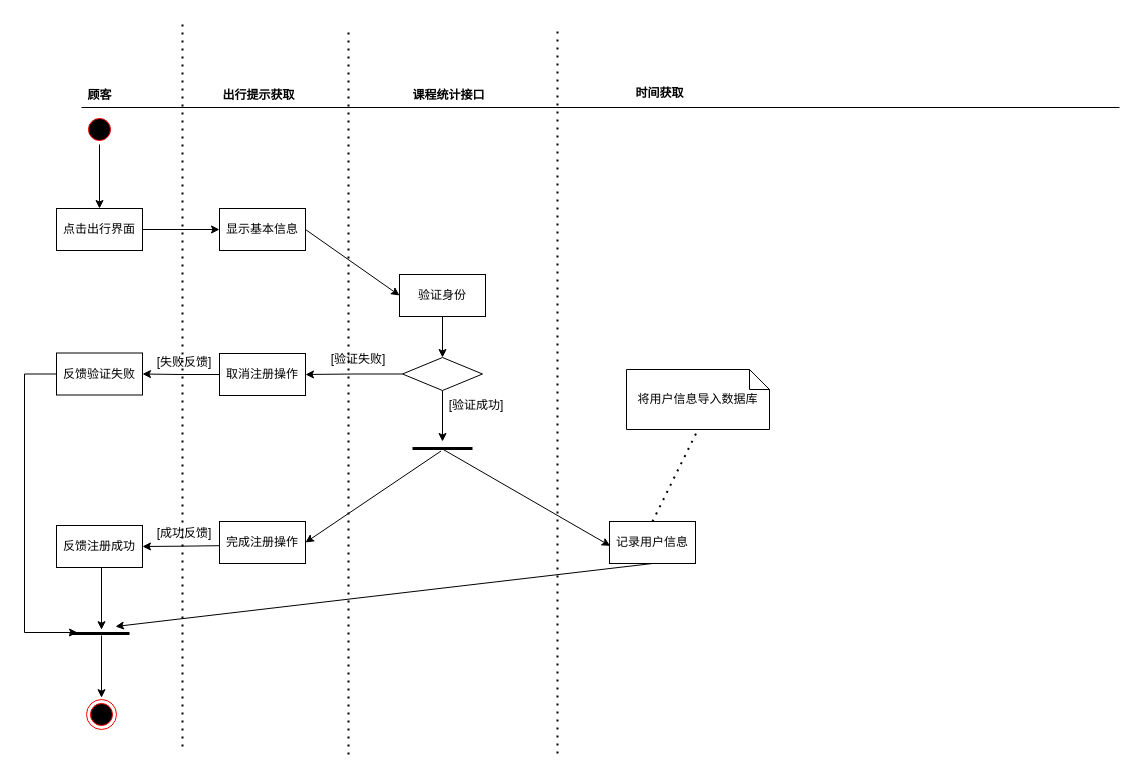
This is 软件工程互相单车查询.drawio from ZYNsama666/BackUp, a draw.io file, before an edit. Source tidied: cells renumbered, new cells numbered last; positions are measured from the earlier drawing's top-left corner, leaving out a move shared by most shapes. Both pictures are drawn from the tidied source at 100%, with x=0, y=0 at pixel (24, 18).
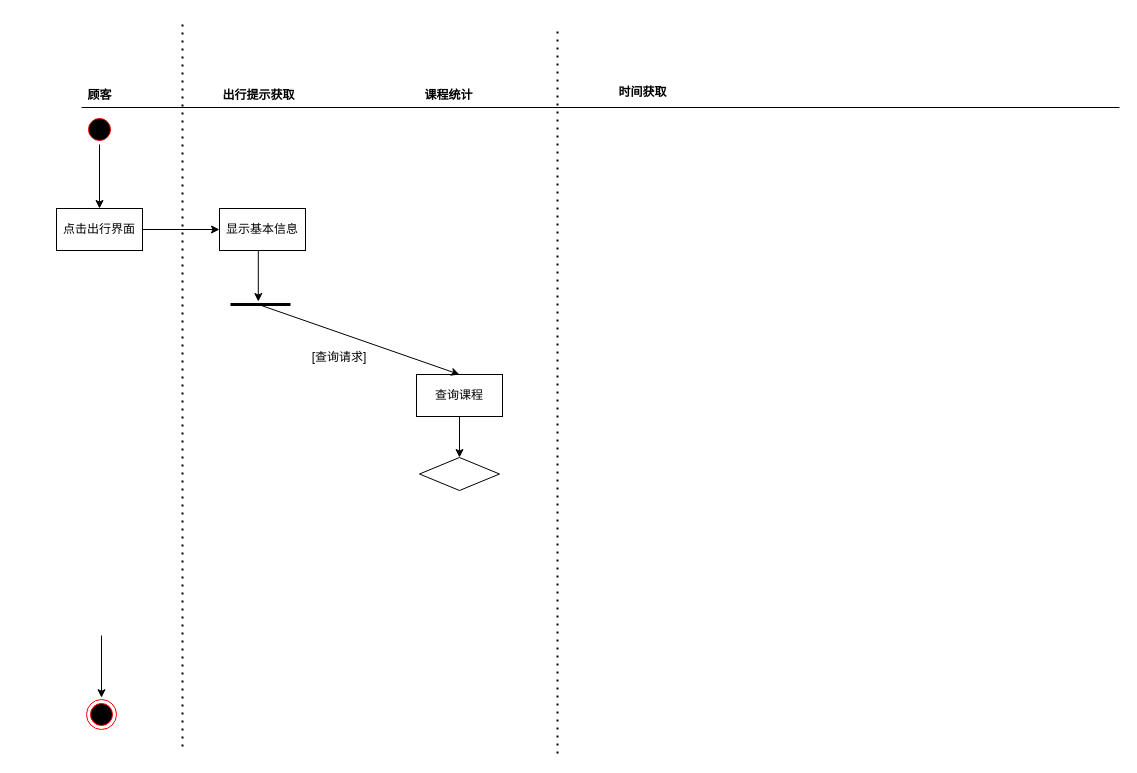
Above is the later version.

Commit message (it also covers changes not shown here):
更新软件工程互相单车查询.drawio

The change refers to these unchanged cells:
```xml
<mxCell id="11" value="显示基本信息" style="html=1;whiteSpace=wrap;" parent="1" vertex="1">
  <mxGeometry x="195" y="190" width="86" height="42" as="geometry" />
</mxCell>
```

Change to the diagram source:
```diff
@@
     <mxCell id="5" value="时间获取" style="text;align=center;fontStyle=1;verticalAlign=middle;spacingLeft=3;spacingRight=3;strokeColor=none;html=1;" parent="1" vertex="1">
-      <mxGeometry x="611" y="67" width="48" height="16" as="geometry" />
+      <mxGeometry x="594" y="66" width="48" height="16" as="geometry" />
     </mxCell>
-    <mxCell id="6" value="课程统计接口" style="text;align=center;fontStyle=1;verticalAlign=middle;spacingLeft=3;spacingRight=3;strokeColor=none;html=1;" parent="1" vertex="1">
+    <mxCell id="6" value="课程统计" style="text;align=center;fontStyle=1;verticalAlign=middle;spacingLeft=3;spacingRight=3;strokeColor=none;html=1;" parent="1" vertex="1">
       <mxGeometry x="400" y="69" width="48" height="16" as="geometry" />
     </mxCell>
@@
-    <mxCell id="13" value="验证身份" style="html=1;whiteSpace=wrap;" parent="1" vertex="1">
-      <mxGeometry x="375" y="256" width="86" height="42" as="geometry" />
+    <mxCell id="13" value="查询课程" style="html=1;whiteSpace=wrap;" parent="1" vertex="1">
+      <mxGeometry x="392" y="356" width="86" height="42" as="geometry" />
     </mxCell>
-    <mxCell id="14" style="endArrow=classic;html=1;rounded=0;exitX=1;exitY=0.5;exitDx=0;exitDy=0;entryX=0;entryY=0.5;entryDx=0;entryDy=0;" parent="1" edge="1" source="11" target="13">
-      <mxGeometry relative="1" as="geometry" />
-    </mxCell>
-    <mxCell id="15" style="edgeStyle=orthogonalEdgeStyle;rounded=0;jettySize=auto;html=1;" parent="1" edge="1" source="17">
-      <mxGeometry relative="1" as="geometry">
-        <mxPoint x="418" y="423" as="targetPoint" />
-      </mxGeometry>
-    </mxCell>
-    <mxCell id="16" style="edgeStyle=orthogonalEdgeStyle;rounded=0;jettySize=auto;html=1;entryX=1;entryY=0.5;entryDx=0;entryDy=0;" parent="1" edge="1" source="17" target="21">
-      <mxGeometry relative="1" as="geometry" />
-    </mxCell>
     <mxCell id="17" style="rhombus;whiteSpace=wrap;html=1;" parent="1" vertex="1">
-      <mxGeometry x="378" y="339" width="80" height="33" as="geometry" />
+      <mxGeometry x="395" y="439" width="80" height="33" as="geometry" />
     </mxCell>
-    <mxCell id="18" style="line;strokeWidth=3;dashed=0;labelPosition=right;align=left;verticalAlign=middle;spacingTop=0;spacingLeft=6;points=[];portConstraint=eastwest;fontSize=13;" parent="1" vertex="1">
-      <mxGeometry x="388" y="425" width="60" height="10" as="geometry" />
-    </mxCell>
-    <mxCell id="19" value="[验证失败]" style="text;html=1;strokeColor=none;fillColor=none;align=center;verticalAlign=middle;whiteSpace=wrap;rounded=0;" parent="1" vertex="1">
-      <mxGeometry x="304" y="326" width="60" height="30" as="geometry" />
-    </mxCell>
-    <mxCell id="20" style="edgeStyle=orthogonalEdgeStyle;rounded=0;jettySize=auto;html=1;" parent="1" edge="1" source="21" target="23">
-      <mxGeometry relative="1" as="geometry" />
-    </mxCell>
-    <mxCell id="21" value="取消注册操作" style="html=1;whiteSpace=wrap;" parent="1" vertex="1">
-      <mxGeometry x="195" y="335" width="86" height="42" as="geometry" />
-    </mxCell>
-    <mxCell id="22" style="edgeStyle=orthogonalEdgeStyle;rounded=0;jettySize=auto;html=1;" parent="1" edge="1" source="23">
-      <mxGeometry relative="1" as="geometry">
-        <mxPoint x="53" y="614" as="targetPoint" />
-        <Array as="points">
-          <mxPoint y="356" />
-          <mxPoint y="614" />
-        </Array>
-      </mxGeometry>
-    </mxCell>
-    <mxCell id="23" value="反馈验证失败" style="html=1;whiteSpace=wrap;" parent="1" vertex="1">
-      <mxGeometry x="32" y="334.5" width="86" height="42" as="geometry" />
-    </mxCell>
-    <mxCell id="24" value="[失败反馈]" style="text;html=1;strokeColor=none;fillColor=none;align=center;verticalAlign=middle;whiteSpace=wrap;rounded=0;" parent="1" vertex="1">
-      <mxGeometry x="130" y="329" width="60" height="30" as="geometry" />
-    </mxCell>
-    <mxCell id="25" value="[验证成功]" style="text;html=1;strokeColor=none;fillColor=none;align=center;verticalAlign=middle;whiteSpace=wrap;rounded=0;" parent="1" vertex="1">
-      <mxGeometry x="422" y="372" width="60" height="30" as="geometry" />
-    </mxCell>
-    <mxCell id="26" value="记录用户信息" style="html=1;whiteSpace=wrap;" parent="1" vertex="1">
-      <mxGeometry x="585" y="503" width="86" height="42" as="geometry" />
-    </mxCell>
-    <mxCell id="27" style="endArrow=classic;html=1;rounded=0;exitX=0.511;exitY=0.593;exitDx=0;exitDy=0;entryX=0.008;entryY=0.58;entryDx=0;entryDy=0;exitPerimeter=0;entryPerimeter=0;" parent="1" edge="1" source="18" target="26">
-      <mxGeometry relative="1" as="geometry" />
-    </mxCell>
-    <mxCell id="28" value="完成注册操作" style="html=1;whiteSpace=wrap;" parent="1" vertex="1">
-      <mxGeometry x="195" y="503" width="86" height="42" as="geometry" />
-    </mxCell>
-    <mxCell id="29" style="edgeStyle=orthogonalEdgeStyle;rounded=0;jettySize=auto;html=1;" parent="1" edge="1" target="30">
-      <mxGeometry relative="1" as="geometry">
-        <mxPoint x="195" y="527.2" as="sourcePoint" />
-      </mxGeometry>
-    </mxCell>
-    <mxCell id="30" value="反馈注册成功" style="html=1;whiteSpace=wrap;" parent="1" vertex="1">
-      <mxGeometry x="32" y="507" width="86" height="42" as="geometry" />
-    </mxCell>
-    <mxCell id="31" value="[成功反馈]" style="text;html=1;strokeColor=none;fillColor=none;align=center;verticalAlign=middle;whiteSpace=wrap;rounded=0;" parent="1" vertex="1">
-      <mxGeometry x="130" y="500.2" width="60" height="30" as="geometry" />
-    </mxCell>
@@
-    <mxCell id="33" style="line;strokeWidth=3;dashed=0;labelPosition=right;align=left;verticalAlign=middle;spacingTop=0;spacingLeft=6;fontSize=13;" parent="1" vertex="1">
-      <mxGeometry x="45" y="610" width="60" height="10" as="geometry" />
-    </mxCell>
-    <mxCell id="34" style="endArrow=classic;html=1;rounded=0;" parent="1" edge="1">
-      <mxGeometry relative="1" as="geometry">
-        <mxPoint x="77" y="549" as="sourcePoint" />
-        <mxPoint x="77" y="611.2" as="targetPoint" />
-      </mxGeometry>
-    </mxCell>
@@
-    <mxCell id="36" style="endArrow=classic;html=1;rounded=0;exitX=0.476;exitY=0.752;exitDx=0;exitDy=0;exitPerimeter=0;entryX=1;entryY=0.5;entryDx=0;entryDy=0;" parent="1" edge="1" source="18" target="28">
-      <mxGeometry relative="1" as="geometry" />
-    </mxCell>
-    <mxCell id="37" style="endArrow=classic;html=1;rounded=0;exitX=0.5;exitY=1;exitDx=0;exitDy=0;" parent="1" edge="1" source="26">
-      <mxGeometry relative="1" as="geometry">
-        <mxPoint x="91" y="608" as="targetPoint" />
-      </mxGeometry>
-    </mxCell>
@@
-    <mxCell id="39" style="endArrow=none;dashed=1;html=1;dashPattern=1 3;strokeWidth=2;rounded=0;" parent="1" edge="1">
-      <mxGeometry relative="1" as="geometry">
-        <mxPoint x="324" y="736" as="sourcePoint" />
-        <mxPoint x="324" y="8" as="targetPoint" />
-      </mxGeometry>
-    </mxCell>
@@
-    <mxCell id="41" value="将用户信息导入数据库" style="shape=note;size=20;whiteSpace=wrap;html=1;" parent="1" vertex="1">
-      <mxGeometry x="602" y="351" width="143" height="60" as="geometry" />
-    </mxCell>
-    <mxCell id="42" style="endArrow=none;dashed=1;html=1;dashPattern=1 3;strokeWidth=2;rounded=0;exitX=0.5;exitY=0;exitDx=0;exitDy=0;entryX=0.5;entryY=1;entryDx=0;entryDy=0;entryPerimeter=0;" parent="1" edge="1" source="26" target="41">
-      <mxGeometry relative="1" as="geometry" />
-    </mxCell>
+    <mxCell id="43" style="edgeStyle=orthogonalEdgeStyle;rounded=0;orthogonalLoop=1;jettySize=auto;html=1;" parent="1" edge="1">
+      <mxGeometry relative="1" as="geometry">
+        <mxPoint x="233.8" y="232" as="sourcePoint" />
+        <mxPoint x="233.8" y="283" as="targetPoint" />
+      </mxGeometry>
+    </mxCell>
+    <mxCell id="44" style="line;strokeWidth=3;dashed=0;labelPosition=right;align=left;verticalAlign=middle;spacingTop=0;spacingLeft=6;points=[];portConstraint=eastwest;fontSize=13;" parent="1" vertex="1">
+      <mxGeometry x="206" y="281" width="60" height="10" as="geometry" />
+    </mxCell>
+    <mxCell id="45" style="endArrow=classic;html=1;rounded=0;exitX=0.511;exitY=0.593;exitDx=0;exitDy=0;entryX=0.5;entryY=0;entryDx=0;entryDy=0;exitPerimeter=0;" parent="1" edge="1" source="44" target="13">
+      <mxGeometry relative="1" as="geometry" />
+    </mxCell>
+    <mxCell id="46" value="[查询请求]" style="text;html=1;strokeColor=none;fillColor=none;align=center;verticalAlign=middle;whiteSpace=wrap;rounded=0;" parent="1" vertex="1">
+      <mxGeometry x="285" y="324" width="60" height="30" as="geometry" />
+    </mxCell>
```
